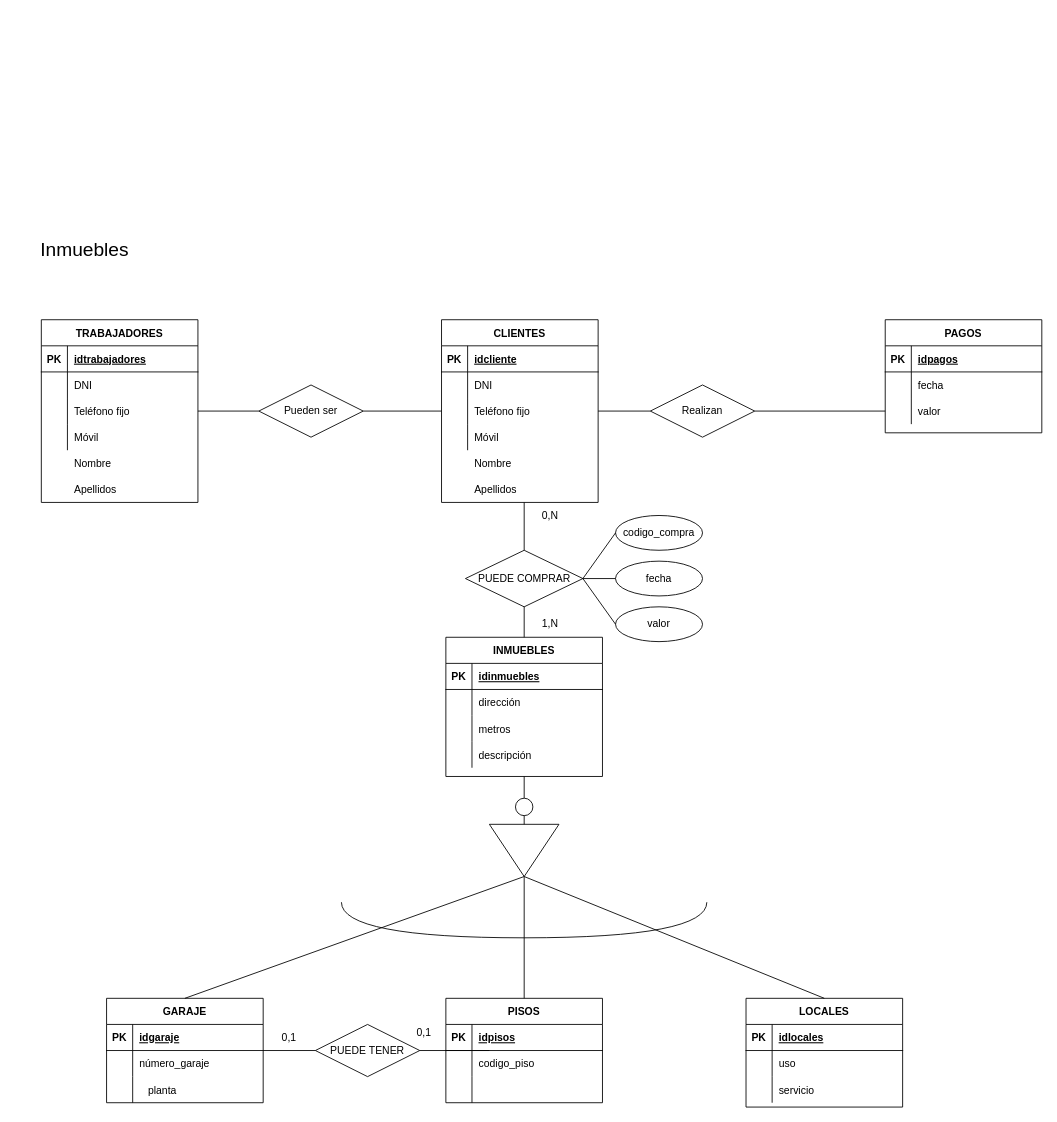
Above: page "Inmuebles" (15 of 15) of Ejercicio3.drawio.xml in IzanDuesoLopez/TA12-Diagramas-ER (draw.io), before the change. Source tidied: cells renumbered, new cells numbered last; positions are measured from the earlier drawing's top-left corner, leaving out a move shared by most shapes. Both pictures are drawn from the tidied source at 87%, with x=0, y=0 at pixel (15, 215).
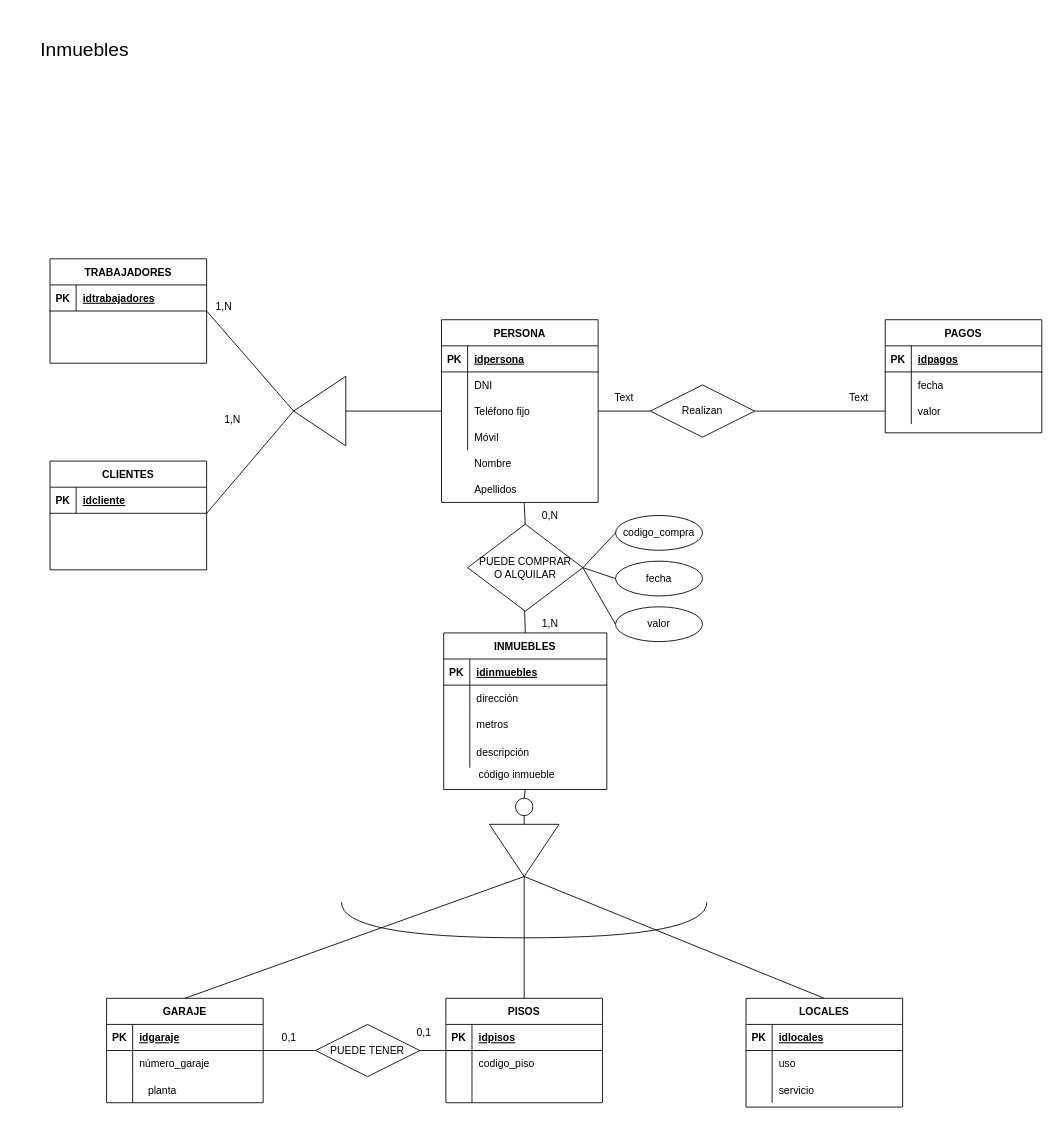
The same diagram, later.

The change refers to these unchanged cells:
```xml
<mxCell id="20" style="shape=tableRow;horizontal=0;startSize=0;swimlaneHead=0;swimlaneBody=0;fillColor=none;top=0;left=0;right=0;bottom=1;" parent="19" vertex="1">
  <mxGeometry y="30" width="180" height="30" as="geometry" />
</mxCell>
<mxCell id="26" style="shape=tableRow;horizontal=0;startSize=0;swimlaneHead=0;swimlaneBody=0;fillColor=none;points=[[0,0.5],[1,0.5]];portConstraint=eastwest;top=0;left=0;right=0;bottom=0;" parent="19" vertex="1">
  <mxGeometry y="90" width="180" height="30" as="geometry" />
</mxCell>
```

The edit, as a diff of the source:
```diff
@@
     <mxCell id="2" value="Inmuebles" style="text;html=1;strokeColor=none;fillColor=none;align=center;verticalAlign=middle;whiteSpace=wrap;rounded=0;fontSize=22;" parent="1" vertex="1">
-      <mxGeometry width="160" height="80" as="geometry" />
+      <mxGeometry y="-230" width="160" height="80" as="geometry" />
     </mxCell>
     <mxCell id="3" value="TRABAJADORES" style="shape=table;startSize=30;childLayout=tableLayout;rowLines=0;fontStyle=1;align=center;" parent="1" vertex="1">
-      <mxGeometry x="30" y="120" width="180" height="210" as="geometry" />
+      <mxGeometry x="40" y="50" width="180" height="120" as="geometry" />
     </mxCell>
@@
-    <mxCell id="7" style="shape=tableRow;horizontal=0;startSize=0;swimlaneHead=0;swimlaneBody=0;fillColor=none;top=0;left=0;right=0;bottom=0;" parent="3" vertex="1">
-      <mxGeometry y="60" width="180" height="30" as="geometry" />
-    </mxCell>
-    <mxCell id="8" style="shape=partialRectangle;fillColor=none;top=0;left=0;bottom=0;right=0;overflow=hidden;" parent="7" vertex="1">
-      <mxGeometry width="30" height="30" as="geometry" />
-    </mxCell>
-    <mxCell id="9" value="DNI" style="shape=partialRectangle;fillColor=none;top=0;left=0;bottom=0;right=0;align=left;spacingLeft=6;overflow=hidden;" parent="7" vertex="1">
-      <mxGeometry x="30" width="150" height="30" as="geometry" />
-    </mxCell>
-    <mxCell id="10" style="shape=tableRow;horizontal=0;startSize=0;swimlaneHead=0;swimlaneBody=0;fillColor=none;top=0;left=0;right=0;bottom=0;" parent="3" vertex="1">
-      <mxGeometry y="90" width="180" height="30" as="geometry" />
-    </mxCell>
-    <mxCell id="11" style="shape=partialRectangle;fillColor=none;top=0;left=0;bottom=0;right=0;overflow=hidden;" parent="10" vertex="1">
-      <mxGeometry width="30" height="30" as="geometry" />
-    </mxCell>
-    <mxCell id="12" value="Teléfono fijo" style="shape=partialRectangle;fillColor=none;top=0;left=0;bottom=0;right=0;align=left;spacingLeft=6;overflow=hidden;" parent="10" vertex="1">
-      <mxGeometry x="30" width="150" height="30" as="geometry" />
-    </mxCell>
-    <mxCell id="13" style="shape=tableRow;horizontal=0;startSize=0;swimlaneHead=0;swimlaneBody=0;fillColor=none;top=0;left=0;right=0;bottom=0;" parent="3" vertex="1">
-      <mxGeometry y="120" width="180" height="30" as="geometry" />
-    </mxCell>
-    <mxCell id="14" style="shape=partialRectangle;fillColor=none;top=0;left=0;bottom=0;right=0;overflow=hidden;" parent="13" vertex="1">
-      <mxGeometry width="30" height="30" as="geometry" />
-    </mxCell>
-    <mxCell id="15" value="Móvil" style="shape=partialRectangle;fillColor=none;top=0;left=0;bottom=0;right=0;align=left;spacingLeft=6;overflow=hidden;" parent="13" vertex="1">
-      <mxGeometry x="30" width="150" height="30" as="geometry" />
-    </mxCell>
@@
-    <mxCell id="18" value="Apellidos" style="shape=partialRectangle;fillColor=none;top=0;left=0;bottom=0;right=0;align=left;spacingLeft=6;overflow=hidden;" parent="1" vertex="1">
-      <mxGeometry x="60" y="300" width="150" height="30" as="geometry" />
-    </mxCell>
-    <mxCell id="19" value="CLIENTES" style="shape=table;startSize=30;childLayout=tableLayout;rowLines=0;fontStyle=1;align=center;" parent="1" vertex="1">
+    <mxCell id="19" value="PERSONA" style="shape=table;startSize=30;childLayout=tableLayout;rowLines=0;fontStyle=1;align=center;" parent="1" vertex="1">
       <mxGeometry x="490" y="120" width="180" height="210" as="geometry" />
     </mxCell>
@@
-    <mxCell id="22" value="idcliente" style="shape=partialRectangle;fillColor=none;top=0;left=0;bottom=0;right=0;align=left;spacingLeft=6;fontStyle=5;overflow=hidden;" parent="20" vertex="1">
+    <mxCell id="22" value="idpersona" style="shape=partialRectangle;fillColor=none;top=0;left=0;bottom=0;right=0;align=left;spacingLeft=6;fontStyle=5;overflow=hidden;" parent="20" vertex="1">
       <mxGeometry x="30" width="150" height="30" as="geometry" />
     </mxCell>
@@
-    <mxCell id="34" value="Pueden ser" style="shape=rhombus;perimeter=rhombusPerimeter;whiteSpace=wrap;html=1;align=center;" parent="1" vertex="1">
-      <mxGeometry x="280" y="195" width="120" height="60" as="geometry" />
-    </mxCell>
-    <mxCell id="35" style="endArrow=none;html=1;rounded=0;entryX=0;entryY=0.5;entryDx=0;entryDy=0;exitX=1;exitY=0.5;exitDx=0;exitDy=0;" parent="1" edge="1" source="34" target="26">
+    <mxCell id="35" style="endArrow=none;html=1;rounded=0;entryX=0;entryY=0.5;entryDx=0;entryDy=0;exitX=1;exitY=0.5;exitDx=0;exitDy=0;" parent="1" edge="1" source="128" target="26">
       <mxGeometry relative="1" as="geometry" />
     </mxCell>
-    <mxCell id="36" style="endArrow=none;html=1;rounded=0;exitX=1;exitY=0.5;exitDx=0;exitDy=0;" parent="1" edge="1">
-      <mxGeometry relative="1" as="geometry">
-        <mxPoint x="210" y="225" as="sourcePoint" />
-        <mxPoint x="280" y="225" as="targetPoint" />
-      </mxGeometry>
-    </mxCell>
@@
     <mxCell id="83" value="INMUEBLES" style="shape=table;startSize=30;childLayout=tableLayout;rowLines=0;fontStyle=1;align=center;" parent="1" vertex="1">
-      <mxGeometry x="495" y="485" width="180" height="160" as="geometry" />
+      <mxGeometry x="492.5" y="480" width="187.5" height="180" as="geometry" />
     </mxCell>
     <mxCell id="84" style="shape=tableRow;horizontal=0;startSize=0;swimlaneHead=0;swimlaneBody=0;fillColor=none;top=0;left=0;right=0;bottom=1;" parent="83" vertex="1">
-      <mxGeometry y="30" width="180" height="30" as="geometry" />
+      <mxGeometry y="30" width="187.5" height="30" as="geometry" />
     </mxCell>
@@
     <mxCell id="86" value="idinmuebles" style="shape=partialRectangle;fillColor=none;top=0;left=0;bottom=0;right=0;align=left;spacingLeft=6;fontStyle=5;overflow=hidden;" parent="84" vertex="1">
-      <mxGeometry x="30" width="150" height="30" as="geometry" />
+      <mxGeometry x="30" width="157.5" height="30" as="geometry" />
     </mxCell>
     <mxCell id="87" style="shape=tableRow;horizontal=0;startSize=0;swimlaneHead=0;swimlaneBody=0;fillColor=none;top=0;left=0;right=0;bottom=0;" parent="83" vertex="1">
-      <mxGeometry y="60" width="180" height="30" as="geometry" />
+      <mxGeometry y="60" width="187.5" height="30" as="geometry" />
     </mxCell>
@@
     <mxCell id="89" value="dirección" style="shape=partialRectangle;fillColor=none;top=0;left=0;bottom=0;right=0;align=left;spacingLeft=6;overflow=hidden;" parent="87" vertex="1">
-      <mxGeometry x="30" width="150" height="30" as="geometry" />
+      <mxGeometry x="30" width="157.5" height="30" as="geometry" />
     </mxCell>
     <mxCell id="90" style="shape=tableRow;horizontal=0;startSize=0;swimlaneHead=0;swimlaneBody=0;fillColor=none;top=0;left=0;right=0;bottom=0;" parent="83" vertex="1">
-      <mxGeometry y="90" width="180" height="30" as="geometry" />
+      <mxGeometry y="90" width="187.5" height="30" as="geometry" />
     </mxCell>
@@
     <mxCell id="92" value="metros" style="shape=partialRectangle;fillColor=none;top=0;left=0;bottom=0;right=0;align=left;spacingLeft=6;overflow=hidden;" parent="90" vertex="1">
-      <mxGeometry x="30" width="150" height="30" as="geometry" />
+      <mxGeometry x="30" width="157.5" height="30" as="geometry" />
     </mxCell>
     <mxCell id="93" style="shape=tableRow;horizontal=0;startSize=0;swimlaneHead=0;swimlaneBody=0;fillColor=none;top=0;left=0;right=0;bottom=0;" parent="83" vertex="1">
-      <mxGeometry y="120" width="180" height="30" as="geometry" />
+      <mxGeometry y="120" width="187.5" height="35" as="geometry" />
     </mxCell>
     <mxCell id="94" style="shape=partialRectangle;fillColor=none;top=0;left=0;bottom=0;right=0;overflow=hidden;" parent="93" vertex="1">
-      <mxGeometry width="30" height="30" as="geometry" />
+      <mxGeometry width="30" height="35" as="geometry" />
     </mxCell>
     <mxCell id="95" value="descripción" style="shape=partialRectangle;fillColor=none;top=0;left=0;bottom=0;right=0;align=left;spacingLeft=6;overflow=hidden;" parent="93" vertex="1">
-      <mxGeometry x="30" width="150" height="30" as="geometry" />
+      <mxGeometry x="30" width="157.5" height="35" as="geometry" />
     </mxCell>
@@
-    <mxCell id="101" value="Nombre " style="shape=partialRectangle;fillColor=none;top=0;left=0;bottom=0;right=0;align=left;spacingLeft=6;overflow=hidden;" parent="1" vertex="1">
-      <mxGeometry x="60" y="270" width="150" height="30" as="geometry" />
-    </mxCell>
@@
-    <mxCell id="103" value="PUEDE COMPRAR" style="shape=rhombus;perimeter=rhombusPerimeter;whiteSpace=wrap;html=1;align=center;" parent="1" vertex="1">
-      <mxGeometry x="517.5" y="385" width="135" height="65" as="geometry" />
+    <mxCell id="103" value="PUEDE COMPRAR&lt;br&gt;O ALQUILAR" style="shape=rhombus;perimeter=rhombusPerimeter;whiteSpace=wrap;html=1;align=center;" parent="1" vertex="1">
+      <mxGeometry x="520" y="355" width="132.5" height="100" as="geometry" />
     </mxCell>
@@
+    <mxCell id="119" value="1,N" style="text;html=1;strokeColor=none;fillColor=none;align=center;verticalAlign=middle;whiteSpace=wrap;rounded=0;" parent="1" vertex="1">
+      <mxGeometry x="220" y="220" width="60" height="30" as="geometry" />
+    </mxCell>
+    <mxCell id="120" value="1,N" style="text;html=1;strokeColor=none;fillColor=none;align=center;verticalAlign=middle;whiteSpace=wrap;rounded=0;" parent="1" vertex="1">
+      <mxGeometry x="210" y="90" width="60" height="30" as="geometry" />
+    </mxCell>
+    <mxCell id="121" value="Text" style="text;html=1;strokeColor=none;fillColor=none;align=center;verticalAlign=middle;whiteSpace=wrap;rounded=0;" parent="1" vertex="1">
+      <mxGeometry x="670" y="195" width="60" height="30" as="geometry" />
+    </mxCell>
+    <mxCell id="122" value="Text" style="text;html=1;strokeColor=none;fillColor=none;align=center;verticalAlign=middle;whiteSpace=wrap;rounded=0;" parent="1" vertex="1">
+      <mxGeometry x="940" y="195" width="60" height="30" as="geometry" />
+    </mxCell>
+    <mxCell id="123" value="código inmueble" style="shape=partialRectangle;fillColor=none;top=0;left=0;bottom=0;right=0;align=left;spacingLeft=6;overflow=hidden;" parent="1" vertex="1">
+      <mxGeometry x="525" y="625" width="155" height="35" as="geometry" />
+    </mxCell>
+    <mxCell id="124" value="CLIENTES" style="shape=table;startSize=30;childLayout=tableLayout;rowLines=0;fontStyle=1;align=center;" parent="1" vertex="1">
+      <mxGeometry x="40" y="282.5" width="180" height="125" as="geometry" />
+    </mxCell>
+    <mxCell id="125" style="shape=tableRow;horizontal=0;startSize=0;swimlaneHead=0;swimlaneBody=0;fillColor=none;points=[[0,0.5],[1,0.5]];portConstraint=eastwest;top=0;left=0;right=0;bottom=1;" parent="124" vertex="1">
+      <mxGeometry y="30" width="180" height="30" as="geometry" />
+    </mxCell>
+    <mxCell id="126" value="PK" style="shape=partialRectangle;fillColor=none;top=0;left=0;bottom=0;right=0;fontStyle=1;overflow=hidden;" parent="125" vertex="1">
+      <mxGeometry width="30" height="30" as="geometry" />
+    </mxCell>
+    <mxCell id="127" value="idcliente" style="shape=partialRectangle;fillColor=none;top=0;left=0;bottom=0;right=0;align=left;spacingLeft=6;fontStyle=5;overflow=hidden;" parent="125" vertex="1">
+      <mxGeometry x="30" width="150" height="30" as="geometry" />
+    </mxCell>
+    <mxCell id="128" style="triangle;whiteSpace=wrap;html=1;direction=south;rotation=90;" parent="1" vertex="1">
+      <mxGeometry x="310" y="195" width="80" height="60" as="geometry" />
+    </mxCell>
+    <mxCell id="129" style="endArrow=none;html=1;rounded=0;entryX=1;entryY=0.5;entryDx=0;entryDy=0;exitX=1;exitY=0.5;exitDx=0;exitDy=0;" parent="1" edge="1" source="128" target="3">
+      <mxGeometry relative="1" as="geometry" />
+    </mxCell>
+    <mxCell id="130" style="endArrow=none;html=1;rounded=0;exitX=1;exitY=0.5;exitDx=0;exitDy=0;entryX=1;entryY=1;entryDx=0;entryDy=0;entryPerimeter=0;" parent="1" edge="1" source="128" target="125">
+      <mxGeometry relative="1" as="geometry" />
+    </mxCell>
```
